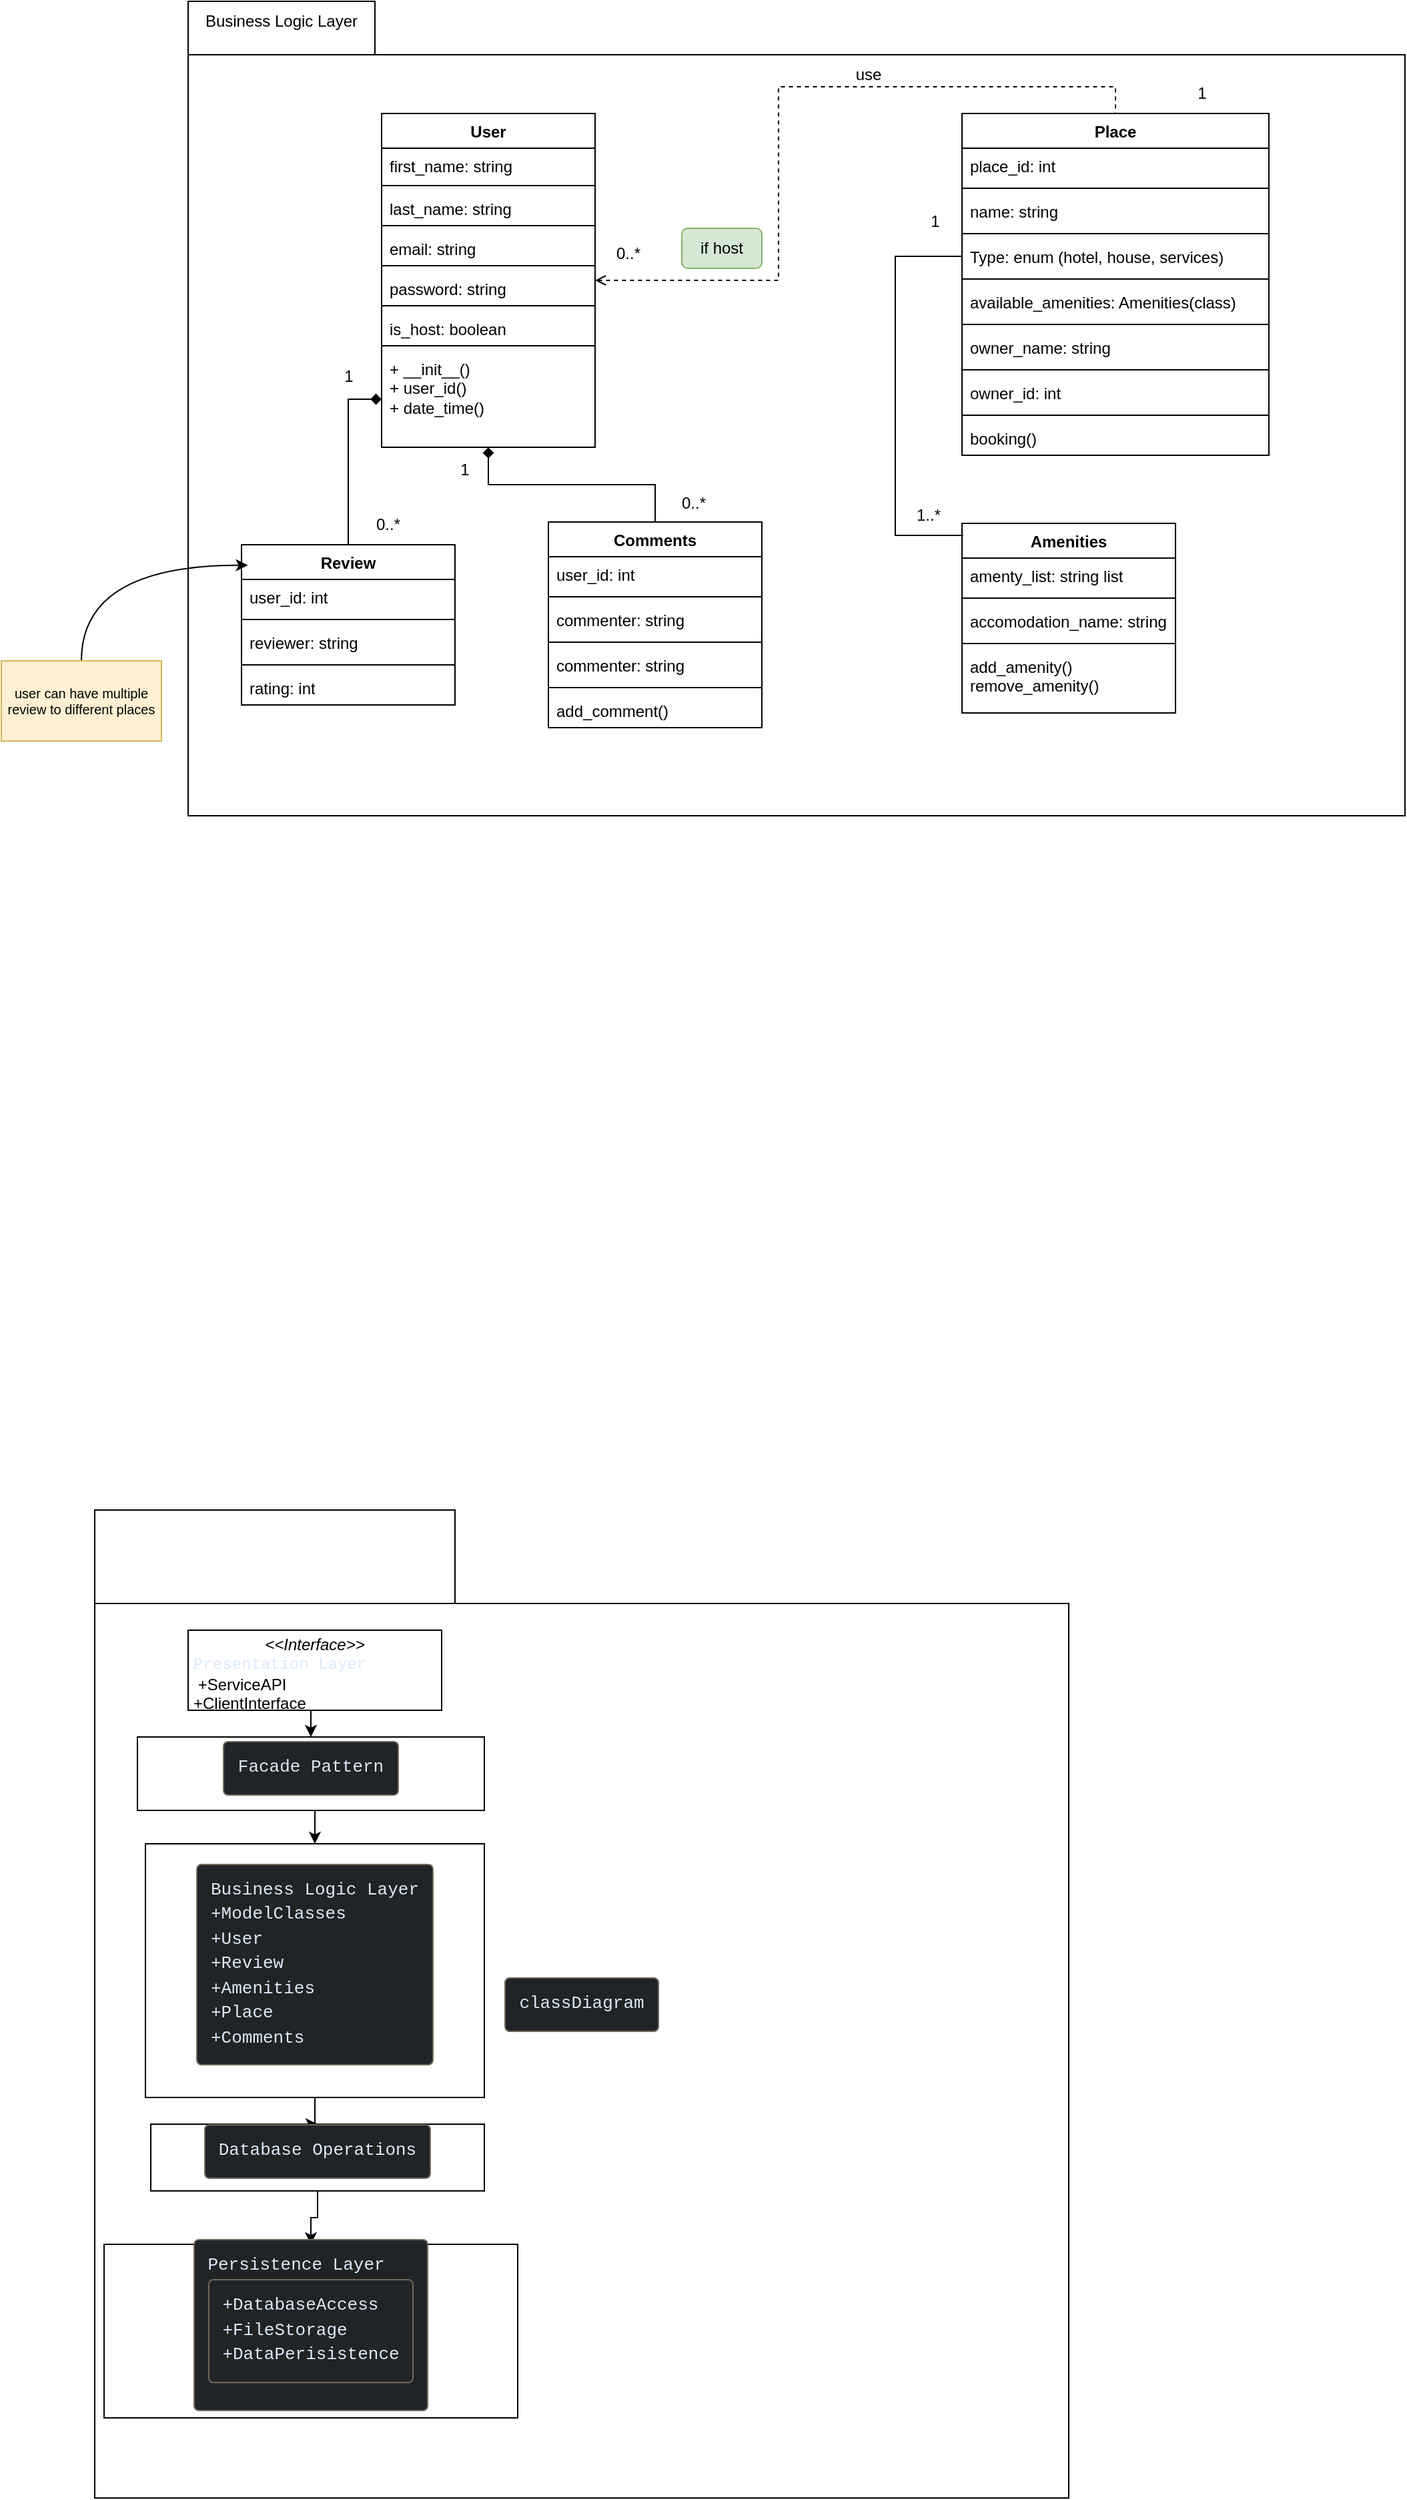
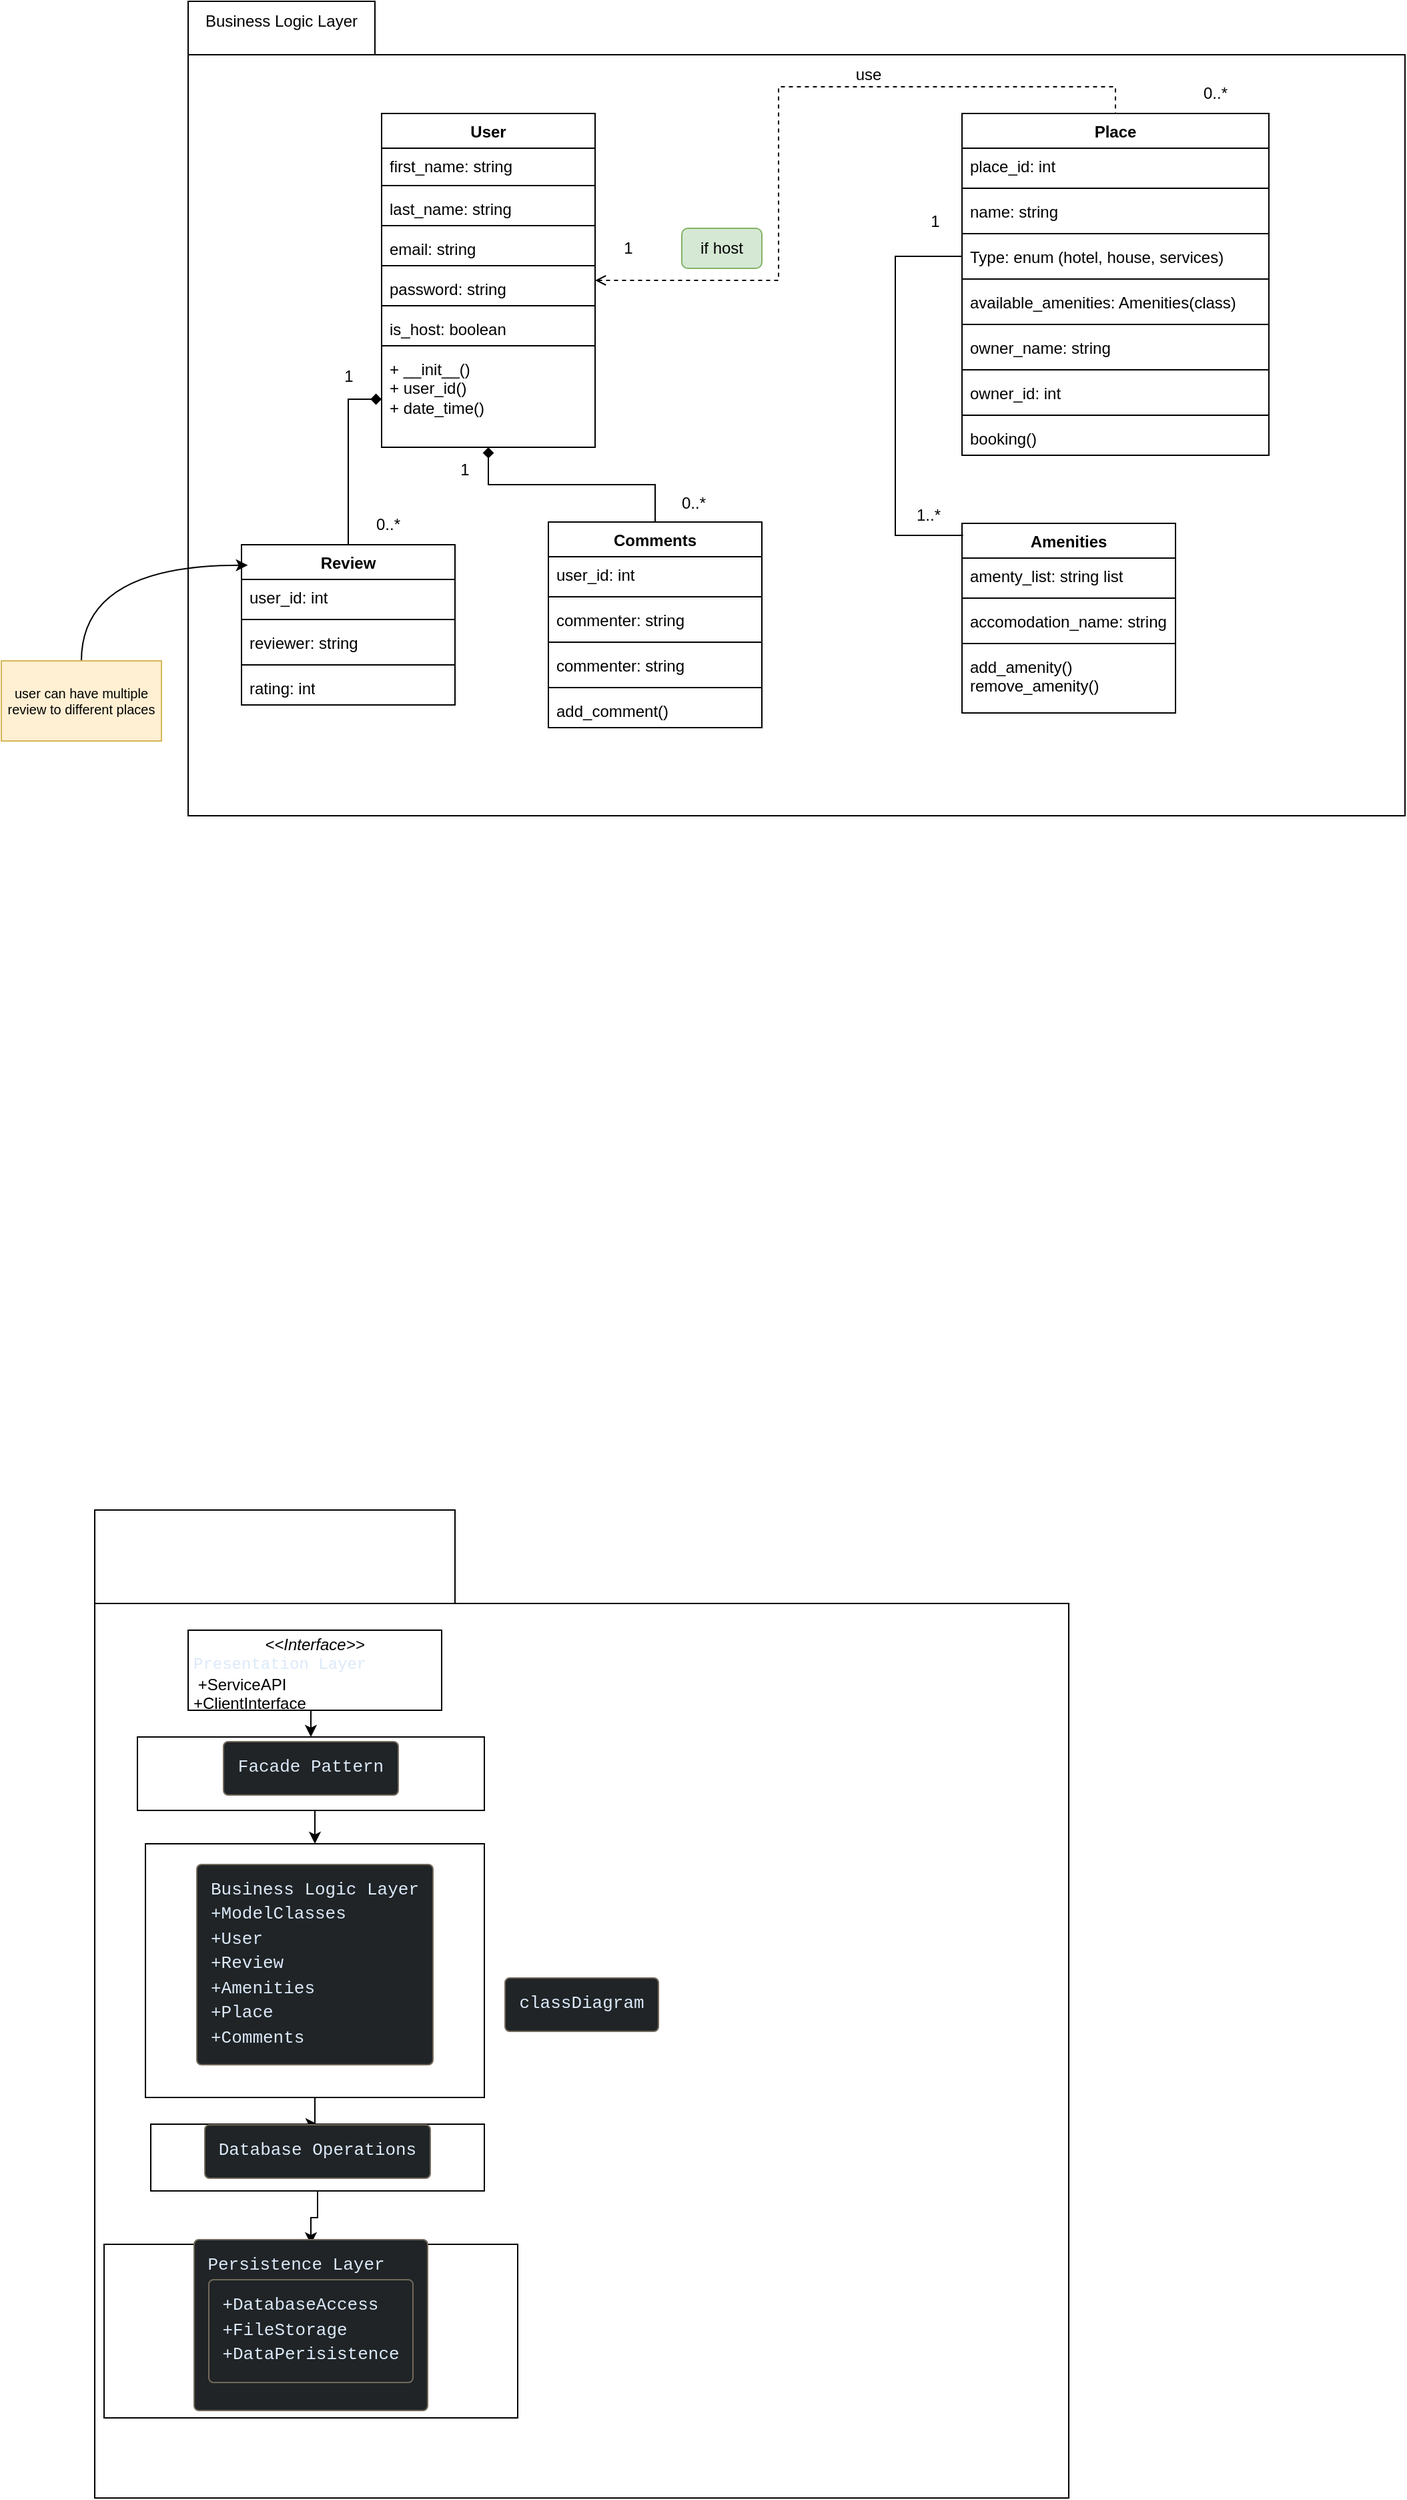
<mxfile host="app.diagrams.net">
  <diagram id="ltbA6WWBp3LRaSq-5ORm" name="Page-1">
    <mxGraphModel dx="1283" dy="1726" grid="1" gridSize="10" guides="1" tooltips="1" connect="1" arrows="1" fold="1" page="1" pageScale="1" pageWidth="850" pageHeight="1100" math="0" shadow="0">
      <root>
        <mxCell id="0" />
        <mxCell id="1" parent="0" />
        <mxCell id="G2LW6t1l3yR2lz-vioTT-1" parent="1" style="shape=folder;fontStyle=1;spacingTop=10;tabWidth=140;tabHeight=40;tabPosition=left;html=1;whiteSpace=wrap;" value="" vertex="1">
          <mxGeometry height="610" width="912" x="180" y="-450" as="geometry" />
        </mxCell>
        <mxCell id="Qc-xl6jv6DDGC1pgQnW8-32" parent="1" style="rounded=1;whiteSpace=wrap;html=1;fillColor=#d5e8d4;strokeColor=#82b366;" value="if host" vertex="1">
          <mxGeometry height="30" width="60" x="550" y="-280" as="geometry" />
        </mxCell>
        <mxCell id="Qc-xl6jv6DDGC1pgQnW8-27" edge="1" parent="1" source="TRXBdDGxTs-NISdQ8IEX-1" style="edgeStyle=orthogonalEdgeStyle;rounded=0;orthogonalLoop=1;jettySize=auto;html=1;endArrow=none;endFill=0;startArrow=diamond;startFill=1;" target="TRXBdDGxTs-NISdQ8IEX-35">
          <mxGeometry relative="1" as="geometry" />
        </mxCell>
        <mxCell id="Qc-xl6jv6DDGC1pgQnW8-29" edge="1" parent="1" source="TRXBdDGxTs-NISdQ8IEX-1" style="edgeStyle=orthogonalEdgeStyle;rounded=0;orthogonalLoop=1;jettySize=auto;html=1;entryX=0.5;entryY=0;entryDx=0;entryDy=0;endArrow=none;endFill=0;dashed=1;startArrow=open;startFill=0;" target="TRXBdDGxTs-NISdQ8IEX-27">
          <mxGeometry relative="1" as="geometry" />
        </mxCell>
        <mxCell id="TRXBdDGxTs-NISdQ8IEX-1" parent="1" style="swimlane;fontStyle=1;align=center;verticalAlign=top;childLayout=stackLayout;horizontal=1;startSize=26;horizontalStack=0;resizeParent=1;resizeParentMax=0;resizeLast=0;collapsible=1;marginBottom=0;whiteSpace=wrap;html=1;" value="User" vertex="1">
          <mxGeometry height="250" width="160" x="325" y="-366" as="geometry" />
        </mxCell>
        <mxCell id="TRXBdDGxTs-NISdQ8IEX-2" parent="TRXBdDGxTs-NISdQ8IEX-1" style="text;strokeColor=none;fillColor=none;align=left;verticalAlign=top;spacingLeft=4;spacingRight=4;overflow=hidden;rotatable=0;points=[[0,0.5],[1,0.5]];portConstraint=eastwest;whiteSpace=wrap;html=1;" value="first_name: string&lt;div&gt;&lt;br&gt;&lt;/div&gt;" vertex="1">
          <mxGeometry height="24" width="160" y="26" as="geometry" />
        </mxCell>
        <mxCell id="TRXBdDGxTs-NISdQ8IEX-3" parent="TRXBdDGxTs-NISdQ8IEX-1" style="line;strokeWidth=1;fillColor=none;align=left;verticalAlign=middle;spacingTop=-1;spacingLeft=3;spacingRight=3;rotatable=0;labelPosition=right;points=[];portConstraint=eastwest;strokeColor=inherit;" value="" vertex="1">
          <mxGeometry height="8" width="160" y="50" as="geometry" />
        </mxCell>
        <mxCell id="TRXBdDGxTs-NISdQ8IEX-4" parent="TRXBdDGxTs-NISdQ8IEX-1" style="text;strokeColor=none;fillColor=none;align=left;verticalAlign=top;spacingLeft=4;spacingRight=4;overflow=hidden;rotatable=0;points=[[0,0.5],[1,0.5]];portConstraint=eastwest;whiteSpace=wrap;html=1;" value="&lt;div&gt;last_name: string&lt;/div&gt;" vertex="1">
          <mxGeometry height="22" width="160" y="58" as="geometry" />
        </mxCell>
        <mxCell id="TRXBdDGxTs-NISdQ8IEX-5" parent="TRXBdDGxTs-NISdQ8IEX-1" style="line;strokeWidth=1;fillColor=none;align=left;verticalAlign=middle;spacingTop=-1;spacingLeft=3;spacingRight=3;rotatable=0;labelPosition=right;points=[];portConstraint=eastwest;strokeColor=inherit;" value="" vertex="1">
          <mxGeometry height="8" width="160" y="80" as="geometry" />
        </mxCell>
        <mxCell id="TRXBdDGxTs-NISdQ8IEX-6" parent="TRXBdDGxTs-NISdQ8IEX-1" style="text;strokeColor=none;fillColor=none;align=left;verticalAlign=top;spacingLeft=4;spacingRight=4;overflow=hidden;rotatable=0;points=[[0,0.5],[1,0.5]];portConstraint=eastwest;whiteSpace=wrap;html=1;" value="&lt;div&gt;email: string&lt;/div&gt;" vertex="1">
          <mxGeometry height="22" width="160" y="88" as="geometry" />
        </mxCell>
        <mxCell id="TRXBdDGxTs-NISdQ8IEX-7" parent="TRXBdDGxTs-NISdQ8IEX-1" style="line;strokeWidth=1;fillColor=none;align=left;verticalAlign=middle;spacingTop=-1;spacingLeft=3;spacingRight=3;rotatable=0;labelPosition=right;points=[];portConstraint=eastwest;strokeColor=inherit;" value="" vertex="1">
          <mxGeometry height="8" width="160" y="110" as="geometry" />
        </mxCell>
        <mxCell id="TRXBdDGxTs-NISdQ8IEX-8" parent="TRXBdDGxTs-NISdQ8IEX-1" style="text;strokeColor=none;fillColor=none;align=left;verticalAlign=top;spacingLeft=4;spacingRight=4;overflow=hidden;rotatable=0;points=[[0,0.5],[1,0.5]];portConstraint=eastwest;whiteSpace=wrap;html=1;" value="&lt;div&gt;password: string&lt;/div&gt;" vertex="1">
          <mxGeometry height="22" width="160" y="118" as="geometry" />
        </mxCell>
        <mxCell id="TRXBdDGxTs-NISdQ8IEX-9" parent="TRXBdDGxTs-NISdQ8IEX-1" style="line;strokeWidth=1;fillColor=none;align=left;verticalAlign=middle;spacingTop=-1;spacingLeft=3;spacingRight=3;rotatable=0;labelPosition=right;points=[];portConstraint=eastwest;strokeColor=inherit;" value="" vertex="1">
          <mxGeometry height="8" width="160" y="140" as="geometry" />
        </mxCell>
        <mxCell id="TRXBdDGxTs-NISdQ8IEX-10" parent="TRXBdDGxTs-NISdQ8IEX-1" style="text;strokeColor=none;fillColor=none;align=left;verticalAlign=top;spacingLeft=4;spacingRight=4;overflow=hidden;rotatable=0;points=[[0,0.5],[1,0.5]];portConstraint=eastwest;whiteSpace=wrap;html=1;" value="&lt;div&gt;is_host: boolean&lt;/div&gt;" vertex="1">
          <mxGeometry height="22" width="160" y="148" as="geometry" />
        </mxCell>
        <mxCell id="TRXBdDGxTs-NISdQ8IEX-11" parent="TRXBdDGxTs-NISdQ8IEX-1" style="line;strokeWidth=1;fillColor=none;align=left;verticalAlign=middle;spacingTop=-1;spacingLeft=3;spacingRight=3;rotatable=0;labelPosition=right;points=[];portConstraint=eastwest;strokeColor=inherit;" value="" vertex="1">
          <mxGeometry height="8" width="160" y="170" as="geometry" />
        </mxCell>
        <mxCell id="TRXBdDGxTs-NISdQ8IEX-12" parent="TRXBdDGxTs-NISdQ8IEX-1" style="text;strokeColor=none;fillColor=none;align=left;verticalAlign=top;spacingLeft=4;spacingRight=4;overflow=hidden;rotatable=0;points=[[0,0.5],[1,0.5]];portConstraint=eastwest;whiteSpace=wrap;html=1;" value="+ __init__()&lt;div&gt;+ user_id()&lt;/div&gt;&lt;div&gt;+ date_time()&lt;/div&gt;" vertex="1">
          <mxGeometry height="72" width="160" y="178" as="geometry" />
        </mxCell>
        <mxCell id="TRXBdDGxTs-NISdQ8IEX-13" parent="1" style="shape=folder;fontStyle=1;spacingTop=10;tabWidth=270;tabHeight=70;tabPosition=left;html=1;whiteSpace=wrap;" value="&lt;pre style=&quot;box-sizing: border-box; overflow: auto; font-family: Menlo, Monaco, Consolas, &amp;quot;Courier New&amp;quot;, monospace; font-size: 13px; margin: 0px 0px 10px; line-height: 1.42857; color: rgb(220, 233, 249); word-break: break-all; overflow-wrap: break-word; border-width: 1px; border-style: solid; border-image: initial; scrollbar-color: rgb(95, 99, 104) rgb(49, 54, 60); font-weight: 400; text-align: start; padding: 10px !important; background-color: rgb(32, 36, 38) !important; border-color: rgb(114, 105, 91) !important; border-radius: 4px !important;&quot;&gt;&lt;code class=&quot;mermaid language-mermaid&quot; style=&quot;box-sizing: border-box; font-family: Menlo, Monaco, Consolas, &amp;quot;Courier New&amp;quot;, monospace; font-size: inherit; padding: 0px; border-radius: 0px; white-space: pre-wrap; scrollbar-color: rgb(95, 99, 104) rgb(49, 54, 60); background-color: transparent !important;&quot;&gt;classDiagram&lt;/code&gt;&lt;/pre&gt;" vertex="1">
          <mxGeometry height="740" width="730" x="110" y="680" as="geometry" />
        </mxCell>
        <mxCell id="TRXBdDGxTs-NISdQ8IEX-14" edge="1" parent="1" source="TRXBdDGxTs-NISdQ8IEX-20" style="edgeStyle=orthogonalEdgeStyle;rounded=0;orthogonalLoop=1;jettySize=auto;html=1;exitX=0.5;exitY=1;exitDx=0;exitDy=0;entryX=0.5;entryY=0;entryDx=0;entryDy=0;" target="TRXBdDGxTs-NISdQ8IEX-17">
          <mxGeometry relative="1" as="geometry" />
        </mxCell>
        <mxCell id="TRXBdDGxTs-NISdQ8IEX-15" parent="1" style="verticalAlign=top;align=left;overflow=fill;html=1;whiteSpace=wrap;" value="&lt;p style=&quot;margin:0px;margin-top:4px;text-align:center;&quot;&gt;&lt;i&gt;&amp;lt;&amp;lt;Interface&amp;gt;&amp;gt;&lt;/i&gt;&lt;br&gt;&lt;/p&gt;&lt;p style=&quot;margin:0px;margin-left:4px;&quot;&gt;&lt;span style=&quot;background-color: transparent; font-family: Menlo, Monaco, Consolas, &amp;quot;Courier New&amp;quot;, monospace; font-size: inherit; white-space: pre-wrap; color: rgb(220, 233, 249); --dm-inline-bgcolor: transparent;&quot; data-dm-inline-bgcolor=&quot;&quot;&gt;Presentation Layer&lt;/span&gt;&lt;/p&gt;&lt;p style=&quot;margin:0px;margin-left:4px;&quot;&gt;&amp;nbsp;+ServiceAPI&lt;br&gt;+ClientInterface&lt;/p&gt;" vertex="1">
          <mxGeometry height="60" width="190" x="180" y="770" as="geometry" />
        </mxCell>
        <mxCell id="TRXBdDGxTs-NISdQ8IEX-16" edge="1" parent="1" source="TRXBdDGxTs-NISdQ8IEX-22" style="edgeStyle=orthogonalEdgeStyle;rounded=0;orthogonalLoop=1;jettySize=auto;html=1;exitX=0.5;exitY=1;exitDx=0;exitDy=0;" target="TRXBdDGxTs-NISdQ8IEX-18">
          <mxGeometry relative="1" as="geometry" />
        </mxCell>
        <mxCell id="TRXBdDGxTs-NISdQ8IEX-17" parent="1" style="html=1;whiteSpace=wrap;" value="&lt;pre style=&quot;box-sizing: border-box; overflow: auto; font-family: Menlo, Monaco, Consolas, &amp;quot;Courier New&amp;quot;, monospace; font-size: 13px; margin: 0px 0px 10px; line-height: 1.42857; color: rgb(220, 233, 249); word-break: break-all; overflow-wrap: break-word; border: 1px solid rgb(114, 105, 91); scrollbar-color: rgb(95, 99, 104) rgb(49, 54, 60); text-align: start; background-color: rgb(32, 36, 38); padding: 10px !important; border-radius: 4px !important;&quot;&gt;&lt;code class=&quot;mermaid language-mermaid&quot; style=&quot;box-sizing: border-box; font-family: Menlo, Monaco, Consolas, &amp;quot;Courier New&amp;quot;, monospace; font-size: inherit; padding: 0px; border-radius: 0px; white-space: pre-wrap; scrollbar-color: rgb(95, 99, 104) rgb(49, 54, 60); background-color: transparent !important; --dm-inline-bgcolor: transparent;&quot; data-dm-inline-bgcolor=&quot;&quot;&gt;Business Logic Layer&lt;br&gt;+&lt;/code&gt;ModelClasses&lt;br&gt;+User&lt;br&gt;+Review&lt;br&gt;+Amenities&lt;br&gt;+Place&lt;br&gt;+Comments&lt;/pre&gt;" vertex="1">
          <mxGeometry height="190" width="254" x="148" y="930" as="geometry" />
        </mxCell>
        <mxCell id="TRXBdDGxTs-NISdQ8IEX-18" parent="1" style="html=1;whiteSpace=wrap;" value="&lt;pre style=&quot;box-sizing: border-box; overflow: auto; font-family: Menlo, Monaco, Consolas, &amp;quot;Courier New&amp;quot;, monospace; font-size: 13px; margin: 0px 0px 10px; line-height: 1.42857; color: rgb(220, 233, 249); word-break: break-all; overflow-wrap: break-word; border: 1px solid rgb(114, 105, 91); scrollbar-color: rgb(95, 99, 104) rgb(49, 54, 60); text-align: start; background-color: rgb(32, 36, 38); padding: 10px !important; border-radius: 4px !important;&quot;&gt;&lt;code class=&quot;mermaid language-mermaid&quot; style=&quot;box-sizing: border-box; font-family: Menlo, Monaco, Consolas, &amp;quot;Courier New&amp;quot;, monospace; font-size: inherit; padding: 0px; border-radius: 0px; white-space: pre-wrap; scrollbar-color: rgb(95, 99, 104) rgb(49, 54, 60); background-color: transparent !important; --dm-inline-bgcolor: transparent;&quot; data-dm-inline-bgcolor=&quot;&quot;&gt;Persistence Layer&lt;br&gt;&lt;pre style=&quot;box-sizing: border-box; overflow: auto; font-family: Menlo, Monaco, Consolas, &amp;quot;Courier New&amp;quot;, monospace; margin: 0px 0px 10px; line-height: 1.42857; color: rgb(220, 233, 249); word-break: break-all; overflow-wrap: break-word; border: 1px solid rgb(114, 105, 91); scrollbar-color: rgb(95, 99, 104) rgb(49, 54, 60); background-color: rgb(32, 36, 38); padding: 10px !important; border-radius: 4px !important;&quot;&gt;&lt;code class=&quot;mermaid language-mermaid&quot; style=&quot;box-sizing: border-box; font-family: Menlo, Monaco, Consolas, &amp;quot;Courier New&amp;quot;, monospace; font-size: inherit; padding: 0px; border-radius: 0px; white-space: pre-wrap; scrollbar-color: rgb(95, 99, 104) rgb(49, 54, 60); background-color: transparent !important; --dm-inline-bgcolor: transparent;&quot; data-dm-inline-bgcolor=&quot;&quot;&gt;+DatabaseAccess&lt;br&gt;+FileStorage&lt;br&gt;+DataPerisistence&lt;/code&gt;&lt;/pre&gt;&lt;/code&gt;&lt;/pre&gt;" vertex="1">
          <mxGeometry height="130" width="310" x="117" y="1230" as="geometry" />
        </mxCell>
        <mxCell id="TRXBdDGxTs-NISdQ8IEX-19" edge="1" parent="1" source="TRXBdDGxTs-NISdQ8IEX-15" style="edgeStyle=orthogonalEdgeStyle;rounded=0;orthogonalLoop=1;jettySize=auto;html=1;exitX=0.5;exitY=1;exitDx=0;exitDy=0;entryX=0.5;entryY=0;entryDx=0;entryDy=0;" target="TRXBdDGxTs-NISdQ8IEX-20" value="">
          <mxGeometry relative="1" as="geometry">
            <mxPoint x="275" y="830" as="sourcePoint" />
            <mxPoint x="275" y="930" as="targetPoint" />
          </mxGeometry>
        </mxCell>
        <mxCell id="TRXBdDGxTs-NISdQ8IEX-20" parent="1" style="html=1;whiteSpace=wrap;" value="&lt;pre style=&quot;box-sizing: border-box; overflow: auto; font-family: Menlo, Monaco, Consolas, &amp;quot;Courier New&amp;quot;, monospace; font-size: 13px; margin: 0px 0px 10px; line-height: 1.42857; color: rgb(220, 233, 249); word-break: break-all; overflow-wrap: break-word; border-width: 1px; border-style: solid; border-image: initial; scrollbar-color: rgb(95, 99, 104) rgb(49, 54, 60); text-align: start; padding: 10px !important; background-color: rgb(32, 36, 38) !important; border-color: rgb(114, 105, 91) !important; border-radius: 4px !important;&quot;&gt;&lt;code class=&quot;mermaid language-mermaid&quot; style=&quot;box-sizing: border-box; font-family: Menlo, Monaco, Consolas, &amp;quot;Courier New&amp;quot;, monospace; font-size: inherit; padding: 0px; border-radius: 0px; white-space: pre-wrap; scrollbar-color: rgb(95, 99, 104) rgb(49, 54, 60); background-color: transparent !important;&quot;&gt;Facade Pattern&lt;/code&gt;&lt;/pre&gt;" vertex="1">
          <mxGeometry height="55" width="260" x="142" y="850" as="geometry" />
        </mxCell>
        <mxCell id="TRXBdDGxTs-NISdQ8IEX-21" edge="1" parent="1" source="TRXBdDGxTs-NISdQ8IEX-17" style="edgeStyle=orthogonalEdgeStyle;rounded=0;orthogonalLoop=1;jettySize=auto;html=1;exitX=0.5;exitY=1;exitDx=0;exitDy=0;" target="TRXBdDGxTs-NISdQ8IEX-22" value="">
          <mxGeometry relative="1" as="geometry">
            <mxPoint x="275" y="1120" as="sourcePoint" />
            <mxPoint x="275" y="1190" as="targetPoint" />
          </mxGeometry>
        </mxCell>
        <mxCell id="TRXBdDGxTs-NISdQ8IEX-22" parent="1" style="html=1;whiteSpace=wrap;" value="&lt;pre style=&quot;box-sizing: border-box; overflow: auto; font-family: Menlo, Monaco, Consolas, &amp;quot;Courier New&amp;quot;, monospace; font-size: 13px; margin: 0px 0px 10px; line-height: 1.42857; color: rgb(220, 233, 249); word-break: break-all; overflow-wrap: break-word; border-width: 1px; border-style: solid; border-image: initial; scrollbar-color: rgb(95, 99, 104) rgb(49, 54, 60); text-align: start; padding: 10px !important; background-color: rgb(32, 36, 38) !important; border-color: rgb(114, 105, 91) !important; border-radius: 4px !important;&quot;&gt;&lt;code class=&quot;mermaid language-mermaid&quot; style=&quot;box-sizing: border-box; font-family: Menlo, Monaco, Consolas, &amp;quot;Courier New&amp;quot;, monospace; font-size: inherit; padding: 0px; border-radius: 0px; white-space: pre-wrap; scrollbar-color: rgb(95, 99, 104) rgb(49, 54, 60); background-color: transparent !important;&quot;&gt;Database Operations&lt;/code&gt;&lt;/pre&gt;" vertex="1">
          <mxGeometry height="50" width="250" x="152" y="1140" as="geometry" />
        </mxCell>
        <mxCell id="TRXBdDGxTs-NISdQ8IEX-23" parent="1" style="swimlane;fontStyle=1;align=center;verticalAlign=top;childLayout=stackLayout;horizontal=1;startSize=26;horizontalStack=0;resizeParent=1;resizeParentMax=0;resizeLast=0;collapsible=1;marginBottom=0;whiteSpace=wrap;html=1;" value="Amenities" vertex="1">
          <mxGeometry height="142" width="160" x="760" y="-59" as="geometry" />
        </mxCell>
        <mxCell id="TRXBdDGxTs-NISdQ8IEX-24" parent="TRXBdDGxTs-NISdQ8IEX-23" style="text;strokeColor=none;fillColor=none;align=left;verticalAlign=top;spacingLeft=4;spacingRight=4;overflow=hidden;rotatable=0;points=[[0,0.5],[1,0.5]];portConstraint=eastwest;whiteSpace=wrap;html=1;" value="amenty_list: string list" vertex="1">
          <mxGeometry height="26" width="160" y="26" as="geometry" />
        </mxCell>
        <mxCell id="TRXBdDGxTs-NISdQ8IEX-25" parent="TRXBdDGxTs-NISdQ8IEX-23" style="line;strokeWidth=1;fillColor=none;align=left;verticalAlign=middle;spacingTop=-1;spacingLeft=3;spacingRight=3;rotatable=0;labelPosition=right;points=[];portConstraint=eastwest;strokeColor=inherit;" value="" vertex="1">
          <mxGeometry height="8" width="160" y="52" as="geometry" />
        </mxCell>
        <mxCell id="Qc-xl6jv6DDGC1pgQnW8-6" parent="TRXBdDGxTs-NISdQ8IEX-23" style="text;strokeColor=none;fillColor=none;align=left;verticalAlign=top;spacingLeft=4;spacingRight=4;overflow=hidden;rotatable=0;points=[[0,0.5],[1,0.5]];portConstraint=eastwest;whiteSpace=wrap;html=1;" value="accomodation_name: string" vertex="1">
          <mxGeometry height="26" width="160" y="60" as="geometry" />
        </mxCell>
        <mxCell id="Qc-xl6jv6DDGC1pgQnW8-13" parent="TRXBdDGxTs-NISdQ8IEX-23" style="line;strokeWidth=1;fillColor=none;align=left;verticalAlign=middle;spacingTop=-1;spacingLeft=3;spacingRight=3;rotatable=0;labelPosition=right;points=[];portConstraint=eastwest;strokeColor=inherit;" value="" vertex="1">
          <mxGeometry height="8" width="160" y="86" as="geometry" />
        </mxCell>
        <mxCell id="TRXBdDGxTs-NISdQ8IEX-26" parent="TRXBdDGxTs-NISdQ8IEX-23" style="text;strokeColor=none;fillColor=none;align=left;verticalAlign=top;spacingLeft=4;spacingRight=4;overflow=hidden;rotatable=0;points=[[0,0.5],[1,0.5]];portConstraint=eastwest;whiteSpace=wrap;html=1;" value="add_amenity()&lt;div&gt;remove_amenity()&lt;/div&gt;" vertex="1">
          <mxGeometry height="48" width="160" y="94" as="geometry" />
        </mxCell>
        <mxCell id="TRXBdDGxTs-NISdQ8IEX-27" parent="1" style="swimlane;fontStyle=1;align=center;verticalAlign=top;childLayout=stackLayout;horizontal=1;startSize=26;horizontalStack=0;resizeParent=1;resizeParentMax=0;resizeLast=0;collapsible=1;marginBottom=0;whiteSpace=wrap;html=1;" value="Place" vertex="1">
          <mxGeometry height="256" width="230" x="760" y="-366" as="geometry" />
        </mxCell>
        <mxCell id="Qc-xl6jv6DDGC1pgQnW8-40" parent="TRXBdDGxTs-NISdQ8IEX-27" style="text;strokeColor=none;fillColor=none;align=left;verticalAlign=top;spacingLeft=4;spacingRight=4;overflow=hidden;rotatable=0;points=[[0,0.5],[1,0.5]];portConstraint=eastwest;whiteSpace=wrap;html=1;" value="place_id: int" vertex="1">
          <mxGeometry height="26" width="230" y="26" as="geometry" />
        </mxCell>
        <mxCell id="Qc-xl6jv6DDGC1pgQnW8-41" parent="TRXBdDGxTs-NISdQ8IEX-27" style="line;strokeWidth=1;fillColor=none;align=left;verticalAlign=middle;spacingTop=-1;spacingLeft=3;spacingRight=3;rotatable=0;labelPosition=right;points=[];portConstraint=eastwest;strokeColor=inherit;" value="" vertex="1">
          <mxGeometry height="8" width="230" y="52" as="geometry" />
        </mxCell>
        <mxCell id="TRXBdDGxTs-NISdQ8IEX-28" parent="TRXBdDGxTs-NISdQ8IEX-27" style="text;strokeColor=none;fillColor=none;align=left;verticalAlign=top;spacingLeft=4;spacingRight=4;overflow=hidden;rotatable=0;points=[[0,0.5],[1,0.5]];portConstraint=eastwest;whiteSpace=wrap;html=1;" value="name: string" vertex="1">
          <mxGeometry height="26" width="230" y="60" as="geometry" />
        </mxCell>
        <mxCell id="TRXBdDGxTs-NISdQ8IEX-29" parent="TRXBdDGxTs-NISdQ8IEX-27" style="line;strokeWidth=1;fillColor=none;align=left;verticalAlign=middle;spacingTop=-1;spacingLeft=3;spacingRight=3;rotatable=0;labelPosition=right;points=[];portConstraint=eastwest;strokeColor=inherit;" value="" vertex="1">
          <mxGeometry height="8" width="230" y="86" as="geometry" />
        </mxCell>
        <mxCell id="TRXBdDGxTs-NISdQ8IEX-30" parent="TRXBdDGxTs-NISdQ8IEX-27" style="text;strokeColor=none;fillColor=none;align=left;verticalAlign=top;spacingLeft=4;spacingRight=4;overflow=hidden;rotatable=0;points=[[0,0.5],[1,0.5]];portConstraint=eastwest;whiteSpace=wrap;html=1;" value="Type: enum (hotel, house, services)" vertex="1">
          <mxGeometry height="26" width="230" y="94" as="geometry" />
        </mxCell>
        <mxCell id="Qc-xl6jv6DDGC1pgQnW8-15" parent="TRXBdDGxTs-NISdQ8IEX-27" style="line;strokeWidth=1;fillColor=none;align=left;verticalAlign=middle;spacingTop=-1;spacingLeft=3;spacingRight=3;rotatable=0;labelPosition=right;points=[];portConstraint=eastwest;strokeColor=inherit;" value="" vertex="1">
          <mxGeometry height="8" width="230" y="120" as="geometry" />
        </mxCell>
        <mxCell id="Qc-xl6jv6DDGC1pgQnW8-26" parent="TRXBdDGxTs-NISdQ8IEX-27" style="text;strokeColor=none;fillColor=none;align=left;verticalAlign=top;spacingLeft=4;spacingRight=4;overflow=hidden;rotatable=0;points=[[0,0.5],[1,0.5]];portConstraint=eastwest;whiteSpace=wrap;html=1;" value="available_amenities: Amenities(class)" vertex="1">
          <mxGeometry height="26" width="230" y="128" as="geometry" />
        </mxCell>
        <mxCell id="Qc-xl6jv6DDGC1pgQnW8-14" parent="TRXBdDGxTs-NISdQ8IEX-27" style="line;strokeWidth=1;fillColor=none;align=left;verticalAlign=middle;spacingTop=-1;spacingLeft=3;spacingRight=3;rotatable=0;labelPosition=right;points=[];portConstraint=eastwest;strokeColor=inherit;" value="" vertex="1">
          <mxGeometry height="8" width="230" y="154" as="geometry" />
        </mxCell>
        <mxCell id="Qc-xl6jv6DDGC1pgQnW8-16" parent="TRXBdDGxTs-NISdQ8IEX-27" style="text;strokeColor=none;fillColor=none;align=left;verticalAlign=top;spacingLeft=4;spacingRight=4;overflow=hidden;rotatable=0;points=[[0,0.5],[1,0.5]];portConstraint=eastwest;whiteSpace=wrap;html=1;" value="owner_name: string" vertex="1">
          <mxGeometry height="26" width="230" y="162" as="geometry" />
        </mxCell>
        <mxCell id="Qc-xl6jv6DDGC1pgQnW8-17" parent="TRXBdDGxTs-NISdQ8IEX-27" style="line;strokeWidth=1;fillColor=none;align=left;verticalAlign=middle;spacingTop=-1;spacingLeft=3;spacingRight=3;rotatable=0;labelPosition=right;points=[];portConstraint=eastwest;strokeColor=inherit;" value="" vertex="1">
          <mxGeometry height="8" width="230" y="188" as="geometry" />
        </mxCell>
        <mxCell id="Qc-xl6jv6DDGC1pgQnW8-12" parent="TRXBdDGxTs-NISdQ8IEX-27" style="text;strokeColor=none;fillColor=none;align=left;verticalAlign=top;spacingLeft=4;spacingRight=4;overflow=hidden;rotatable=0;points=[[0,0.5],[1,0.5]];portConstraint=eastwest;whiteSpace=wrap;html=1;" value="owner_id: int" vertex="1">
          <mxGeometry height="26" width="230" y="196" as="geometry" />
        </mxCell>
        <mxCell id="Qc-xl6jv6DDGC1pgQnW8-20" parent="TRXBdDGxTs-NISdQ8IEX-27" style="line;strokeWidth=1;fillColor=none;align=left;verticalAlign=middle;spacingTop=-1;spacingLeft=3;spacingRight=3;rotatable=0;labelPosition=right;points=[];portConstraint=eastwest;strokeColor=inherit;" value="" vertex="1">
          <mxGeometry height="8" width="230" y="222" as="geometry" />
        </mxCell>
        <mxCell id="Qc-xl6jv6DDGC1pgQnW8-19" parent="TRXBdDGxTs-NISdQ8IEX-27" style="text;strokeColor=none;fillColor=none;align=left;verticalAlign=top;spacingLeft=4;spacingRight=4;overflow=hidden;rotatable=0;points=[[0,0.5],[1,0.5]];portConstraint=eastwest;whiteSpace=wrap;html=1;" value="booking()" vertex="1">
          <mxGeometry height="26" width="230" y="230" as="geometry" />
        </mxCell>
        <mxCell id="TRXBdDGxTs-NISdQ8IEX-35" parent="1" style="swimlane;fontStyle=1;align=center;verticalAlign=top;childLayout=stackLayout;horizontal=1;startSize=26;horizontalStack=0;resizeParent=1;resizeParentMax=0;resizeLast=0;collapsible=1;marginBottom=0;whiteSpace=wrap;html=1;" value="Comments" vertex="1">
          <mxGeometry height="154" width="160" x="450" y="-60" as="geometry" />
        </mxCell>
        <mxCell id="TRXBdDGxTs-NISdQ8IEX-36" parent="TRXBdDGxTs-NISdQ8IEX-35" style="text;strokeColor=none;fillColor=none;align=left;verticalAlign=top;spacingLeft=4;spacingRight=4;overflow=hidden;rotatable=0;points=[[0,0.5],[1,0.5]];portConstraint=eastwest;whiteSpace=wrap;html=1;" value="user_id: int" vertex="1">
          <mxGeometry height="26" width="160" y="26" as="geometry" />
        </mxCell>
        <mxCell id="TRXBdDGxTs-NISdQ8IEX-37" parent="TRXBdDGxTs-NISdQ8IEX-35" style="line;strokeWidth=1;fillColor=none;align=left;verticalAlign=middle;spacingTop=-1;spacingLeft=3;spacingRight=3;rotatable=0;labelPosition=right;points=[];portConstraint=eastwest;strokeColor=inherit;" value="" vertex="1">
          <mxGeometry height="8" width="160" y="52" as="geometry" />
        </mxCell>
        <mxCell id="Qc-xl6jv6DDGC1pgQnW8-36" parent="TRXBdDGxTs-NISdQ8IEX-35" style="text;strokeColor=none;fillColor=none;align=left;verticalAlign=top;spacingLeft=4;spacingRight=4;overflow=hidden;rotatable=0;points=[[0,0.5],[1,0.5]];portConstraint=eastwest;whiteSpace=wrap;html=1;" value="commenter: string" vertex="1">
          <mxGeometry height="26" width="160" y="60" as="geometry" />
        </mxCell>
        <mxCell id="Qc-xl6jv6DDGC1pgQnW8-37" parent="TRXBdDGxTs-NISdQ8IEX-35" style="line;strokeWidth=1;fillColor=none;align=left;verticalAlign=middle;spacingTop=-1;spacingLeft=3;spacingRight=3;rotatable=0;labelPosition=right;points=[];portConstraint=eastwest;strokeColor=inherit;" value="" vertex="1">
          <mxGeometry height="8" width="160" y="86" as="geometry" />
        </mxCell>
        <mxCell id="Qc-xl6jv6DDGC1pgQnW8-22" parent="TRXBdDGxTs-NISdQ8IEX-35" style="text;strokeColor=none;fillColor=none;align=left;verticalAlign=top;spacingLeft=4;spacingRight=4;overflow=hidden;rotatable=0;points=[[0,0.5],[1,0.5]];portConstraint=eastwest;whiteSpace=wrap;html=1;" value="commenter: string" vertex="1">
          <mxGeometry height="26" width="160" y="94" as="geometry" />
        </mxCell>
        <mxCell id="Qc-xl6jv6DDGC1pgQnW8-23" parent="TRXBdDGxTs-NISdQ8IEX-35" style="line;strokeWidth=1;fillColor=none;align=left;verticalAlign=middle;spacingTop=-1;spacingLeft=3;spacingRight=3;rotatable=0;labelPosition=right;points=[];portConstraint=eastwest;strokeColor=inherit;" value="" vertex="1">
          <mxGeometry height="8" width="160" y="120" as="geometry" />
        </mxCell>
        <mxCell id="TRXBdDGxTs-NISdQ8IEX-38" parent="TRXBdDGxTs-NISdQ8IEX-35" style="text;strokeColor=none;fillColor=none;align=left;verticalAlign=top;spacingLeft=4;spacingRight=4;overflow=hidden;rotatable=0;points=[[0,0.5],[1,0.5]];portConstraint=eastwest;whiteSpace=wrap;html=1;" value="add_comment()" vertex="1">
          <mxGeometry height="26" width="160" y="128" as="geometry" />
        </mxCell>
        <mxCell id="Qc-xl6jv6DDGC1pgQnW8-1" parent="1" style="swimlane;fontStyle=1;align=center;verticalAlign=top;childLayout=stackLayout;horizontal=1;startSize=26;horizontalStack=0;resizeParent=1;resizeParentMax=0;resizeLast=0;collapsible=1;marginBottom=0;whiteSpace=wrap;html=1;" value="Review" vertex="1">
          <mxGeometry height="120" width="160" x="220" y="-43" as="geometry" />
        </mxCell>
        <mxCell id="Qc-xl6jv6DDGC1pgQnW8-38" parent="Qc-xl6jv6DDGC1pgQnW8-1" style="text;strokeColor=none;fillColor=none;align=left;verticalAlign=top;spacingLeft=4;spacingRight=4;overflow=hidden;rotatable=0;points=[[0,0.5],[1,0.5]];portConstraint=eastwest;whiteSpace=wrap;html=1;" value="user_id: int" vertex="1">
          <mxGeometry height="26" width="160" y="26" as="geometry" />
        </mxCell>
        <mxCell id="Qc-xl6jv6DDGC1pgQnW8-39" parent="Qc-xl6jv6DDGC1pgQnW8-1" style="line;strokeWidth=1;fillColor=none;align=left;verticalAlign=middle;spacingTop=-1;spacingLeft=3;spacingRight=3;rotatable=0;labelPosition=right;points=[];portConstraint=eastwest;strokeColor=inherit;" value="" vertex="1">
          <mxGeometry height="8" width="160" y="52" as="geometry" />
        </mxCell>
        <mxCell id="Qc-xl6jv6DDGC1pgQnW8-2" parent="Qc-xl6jv6DDGC1pgQnW8-1" style="text;strokeColor=none;fillColor=none;align=left;verticalAlign=top;spacingLeft=4;spacingRight=4;overflow=hidden;rotatable=0;points=[[0,0.5],[1,0.5]];portConstraint=eastwest;whiteSpace=wrap;html=1;" value="reviewer: string" vertex="1">
          <mxGeometry height="26" width="160" y="60" as="geometry" />
        </mxCell>
        <mxCell id="Qc-xl6jv6DDGC1pgQnW8-3" parent="Qc-xl6jv6DDGC1pgQnW8-1" style="line;strokeWidth=1;fillColor=none;align=left;verticalAlign=middle;spacingTop=-1;spacingLeft=3;spacingRight=3;rotatable=0;labelPosition=right;points=[];portConstraint=eastwest;strokeColor=inherit;" value="" vertex="1">
          <mxGeometry height="8" width="160" y="86" as="geometry" />
        </mxCell>
        <mxCell id="Qc-xl6jv6DDGC1pgQnW8-4" parent="Qc-xl6jv6DDGC1pgQnW8-1" style="text;strokeColor=none;fillColor=none;align=left;verticalAlign=top;spacingLeft=4;spacingRight=4;overflow=hidden;rotatable=0;points=[[0,0.5],[1,0.5]];portConstraint=eastwest;whiteSpace=wrap;html=1;" value="rating: int" vertex="1">
          <mxGeometry height="26" width="160" y="94" as="geometry" />
        </mxCell>
        <mxCell id="Qc-xl6jv6DDGC1pgQnW8-24" edge="1" parent="1" source="TRXBdDGxTs-NISdQ8IEX-30" style="edgeStyle=orthogonalEdgeStyle;rounded=0;orthogonalLoop=1;jettySize=auto;html=1;entryX=0.005;entryY=0.07;entryDx=0;entryDy=0;entryPerimeter=0;startArrow=none;startFill=0;endArrow=none;endFill=0;exitX=0;exitY=0.5;exitDx=0;exitDy=0;" target="TRXBdDGxTs-NISdQ8IEX-23">
          <mxGeometry relative="1" as="geometry">
            <Array as="points">
              <mxPoint x="710" y="-259" />
              <mxPoint x="710" y="-50" />
              <mxPoint x="761" y="-50" />
            </Array>
            <mxPoint x="870" y="-250" as="sourcePoint" />
            <mxPoint x="740" y="-70" as="targetPoint" />
          </mxGeometry>
        </mxCell>
        <mxCell id="Qc-xl6jv6DDGC1pgQnW8-28" edge="1" parent="1" source="TRXBdDGxTs-NISdQ8IEX-12" style="edgeStyle=orthogonalEdgeStyle;rounded=0;orthogonalLoop=1;jettySize=auto;html=1;entryX=0.5;entryY=0;entryDx=0;entryDy=0;endArrow=none;endFill=0;startArrow=diamond;startFill=1;" target="Qc-xl6jv6DDGC1pgQnW8-1">
          <mxGeometry relative="1" as="geometry" />
        </mxCell>
        <mxCell id="Qc-xl6jv6DDGC1pgQnW8-33" parent="1" style="text;html=1;whiteSpace=wrap;strokeColor=none;fillColor=none;align=center;verticalAlign=middle;rounded=0;" value="use" vertex="1">
          <mxGeometry height="30" width="60" x="660" y="-410" as="geometry" />
        </mxCell>
        <mxCell id="SmUk0WE4a00IHk_lRsVr-1" parent="1" style="text;html=1;whiteSpace=wrap;strokeColor=none;fillColor=none;align=center;verticalAlign=middle;rounded=0;" value="0..*" vertex="1">
-           <mxGeometry height="30" width="60" x="480" y="-276" as="geometry" />
+           <mxGeometry height="30" width="60" x="920" y="-396" as="geometry" />
        </mxCell>
        <mxCell id="SmUk0WE4a00IHk_lRsVr-2" parent="1" style="text;html=1;whiteSpace=wrap;strokeColor=none;fillColor=none;align=center;verticalAlign=middle;rounded=0;" value="1" vertex="1">
-           <mxGeometry height="30" width="60" x="910" y="-396" as="geometry" />
+           <mxGeometry height="30" width="60" x="480" y="-280" as="geometry" />
        </mxCell>
        <mxCell id="oMLWTCMjyaFDdx6GEP5y-1" parent="1" style="text;html=1;whiteSpace=wrap;strokeColor=none;fillColor=none;align=center;verticalAlign=middle;rounded=0;" value="1" vertex="1">
          <mxGeometry height="21" width="35" x="370" y="-110" as="geometry" />
        </mxCell>
        <mxCell id="SmUk0WE4a00IHk_lRsVr-3" parent="1" style="text;html=1;whiteSpace=wrap;strokeColor=none;fillColor=none;align=center;verticalAlign=middle;rounded=0;" value="1" vertex="1">
          <mxGeometry height="30" width="60" x="710" y="-300" as="geometry" />
        </mxCell>
        <mxCell id="oMLWTCMjyaFDdx6GEP5y-2" parent="1" style="text;html=1;whiteSpace=wrap;strokeColor=none;fillColor=none;align=center;verticalAlign=middle;rounded=0;" value="0..*" vertex="1">
          <mxGeometry height="30" width="60" x="529" y="-89" as="geometry" />
        </mxCell>
        <mxCell id="SmUk0WE4a00IHk_lRsVr-4" parent="1" style="text;html=1;whiteSpace=wrap;strokeColor=none;fillColor=none;align=center;verticalAlign=middle;rounded=0;" value="1..*" vertex="1">
          <mxGeometry height="30" width="50" x="710" y="-80" as="geometry" />
        </mxCell>
        <mxCell id="oMLWTCMjyaFDdx6GEP5y-3" parent="1" style="text;html=1;whiteSpace=wrap;strokeColor=none;fillColor=none;align=center;verticalAlign=middle;rounded=0;" value="1" vertex="1">
          <mxGeometry height="21" width="35" x="282.5" y="-180" as="geometry" />
        </mxCell>
        <mxCell id="oMLWTCMjyaFDdx6GEP5y-4" parent="1" style="text;html=1;whiteSpace=wrap;strokeColor=none;fillColor=none;align=center;verticalAlign=middle;rounded=0;" value="0..*" vertex="1">
          <mxGeometry height="30" width="60" x="300" y="-73" as="geometry" />
        </mxCell>
        <mxCell id="G2LW6t1l3yR2lz-vioTT-3" parent="1" style="text;html=1;whiteSpace=wrap;strokeColor=none;fillColor=none;align=center;verticalAlign=middle;rounded=0;" value="Business Logic Layer" vertex="1">
          <mxGeometry height="30" width="140" x="180" y="-450" as="geometry" />
        </mxCell>
        <mxCell id="edcSE9v4uRvSrk_5zedf-1" edge="1" parent="1" source="edcSE9v4uRvSrk_5zedf-2" style="edgeStyle=orthogonalEdgeStyle;rounded=0;orthogonalLoop=1;jettySize=auto;html=1;entryX=0.03;entryY=0.128;entryDx=0;entryDy=0;curved=1;entryPerimeter=0;exitX=0.5;exitY=0;exitDx=0;exitDy=0;" target="Qc-xl6jv6DDGC1pgQnW8-1">
          <mxGeometry relative="1" as="geometry">
            <mxPoint x="200" y="-10" as="targetPoint" />
          </mxGeometry>
        </mxCell>
        <mxCell id="edcSE9v4uRvSrk_5zedf-2" parent="1" style="rounded=0;whiteSpace=wrap;html=1;fillColor=#FFEFD3;strokeColor=#d6b656;fontSize=10;" value="user can have multiple review to different places" vertex="1">
          <mxGeometry height="60" width="120" x="40" y="44" as="geometry" />
        </mxCell>
      </root>
    </mxGraphModel>
  </diagram>
</mxfile>
